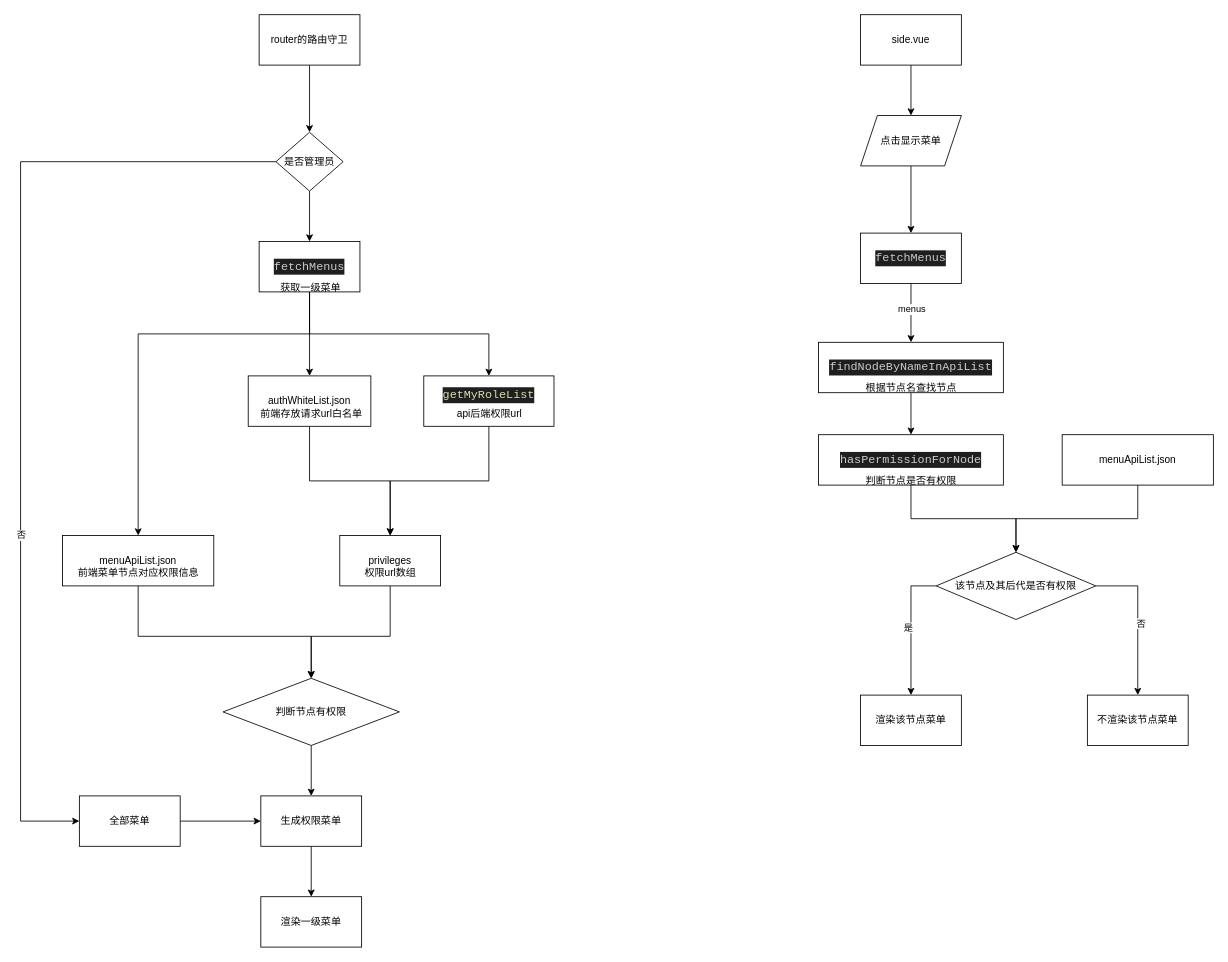
This is Untitled Diagram.drawio from 438115215/testgit2, a draw.io file, before an edit. Source tidied: cells renumbered, new cells numbered last; positions are measured from the earlier drawing's top-left corner, leaving out a move shared by most shapes. Both pictures are drawn from the tidied source at 84%, with x=0, y=0 at pixel (20, 14).
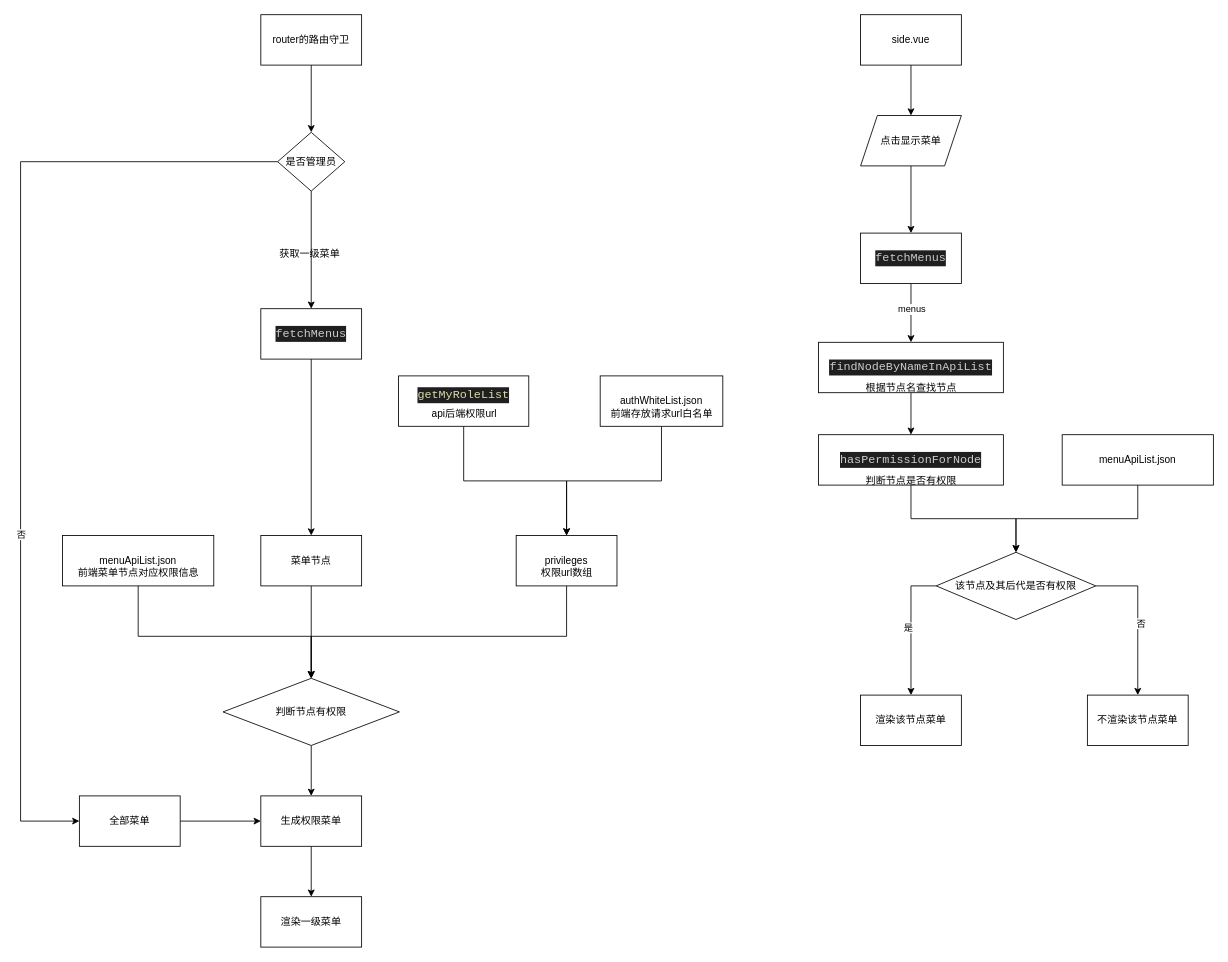
Above is the later version.

The change refers to these unchanged cells:
```xml
<mxCell id="2" value="menuApiList.json" style="rounded=0;whiteSpace=wrap;html=1;" parent="1" vertex="1">
  <mxGeometry x="50" y="620" width="180" height="60" as="geometry" />
</mxCell>
<mxCell id="22" value="判断节点有权限" style="rhombus;whiteSpace=wrap;html=1;" parent="1" vertex="1">
  <mxGeometry x="241" y="790" width="210" height="80" as="geometry" />
</mxCell>
```

Diff of the diagram source:
```diff
@@
     <mxCell id="4" value="authWhiteList.json" style="rounded=0;whiteSpace=wrap;html=1;" parent="1" vertex="1">
-      <mxGeometry x="271" y="430" width="146" height="60" as="geometry" />
+      <mxGeometry x="690" y="430" width="146" height="60" as="geometry" />
     </mxCell>
@@
     <mxCell id="7" value="前端存放请求url白名单" style="text;html=1;align=center;verticalAlign=middle;strokeColor=none;fillColor=none;" parent="1" vertex="1">
-      <mxGeometry x="271" y="460" width="150" height="30" as="geometry" />
+      <mxGeometry x="688" y="460" width="150" height="30" as="geometry" />
     </mxCell>
@@
     <mxCell id="9" value="router的路由守卫" style="whiteSpace=wrap;html=1;" parent="1" vertex="1">
-      <mxGeometry x="284" width="120" height="60" as="geometry" />
+      <mxGeometry x="286" width="120" height="60" as="geometry" />
     </mxCell>
@@
     <mxCell id="11" value="&#10;&lt;div style=&quot;color: rgb(204, 204, 204); background-color: rgb(31, 31, 31); font-family: Consolas, &amp;quot;Courier New&amp;quot;, monospace; font-weight: normal; font-size: 14px; line-height: 19px;&quot;&gt;&lt;div&gt;&lt;span style=&quot;color: #dcdcaa;&quot;&gt;getMyRoleList&lt;/span&gt;&lt;/div&gt;&lt;/div&gt;&#10;&#10;" style="whiteSpace=wrap;html=1;" parent="1" vertex="1">
-      <mxGeometry x="480" y="430" width="155" height="60" as="geometry" />
+      <mxGeometry x="450" y="430" width="155" height="60" as="geometry" />
     </mxCell>
+    <mxCell id="54" style="edgeStyle=orthogonalEdgeStyle;rounded=0;jettySize=auto;html=1;exitX=0.5;exitY=1;exitDx=0;exitDy=0;entryX=0.5;entryY=0;entryDx=0;entryDy=0;" parent="1" edge="1" source="12" target="22">
+      <mxGeometry relative="1" as="geometry">
+        <Array as="points">
+          <mxPoint x="650" y="740" />
+          <mxPoint x="346" y="740" />
+        </Array>
+      </mxGeometry>
+    </mxCell>
     <mxCell id="12" value="privileges" style="whiteSpace=wrap;html=1;" parent="1" vertex="1">
-      <mxGeometry x="380" y="620" width="120" height="60" as="geometry" />
+      <mxGeometry x="590" y="620" width="120" height="60" as="geometry" />
     </mxCell>
-    <mxCell id="13" style="edgeStyle=orthogonalEdgeStyle;rounded=0;jettySize=auto;html=1;" parent="1" edge="1" source="14" target="22">
-      <mxGeometry relative="1" as="geometry">
-        <Array as="points">
-          <mxPoint x="440" y="740" />
-          <mxPoint x="346" y="740" />
-        </Array>
-      </mxGeometry>
-    </mxCell>
     <mxCell id="14" value="权限url数组" style="text;html=1;align=center;verticalAlign=middle;points=[];strokeColor=none;fillColor=none;" parent="1" vertex="1">
-      <mxGeometry x="395" y="650" width="90" height="30" as="geometry" />
+      <mxGeometry x="605" y="650" width="90" height="30" as="geometry" />
     </mxCell>
-    <mxCell id="15" style="edgeStyle=orthogonalEdgeStyle;rounded=0;jettySize=auto;html=1;exitX=0.5;exitY=1;exitDx=0;exitDy=0;" parent="1" edge="1" source="18" target="2">
-      <mxGeometry relative="1" as="geometry">
-        <Array as="points">
-          <mxPoint x="344" y="380" />
-          <mxPoint x="140" y="380" />
-        </Array>
-      </mxGeometry>
-    </mxCell>
-    <mxCell id="16" style="edgeStyle=orthogonalEdgeStyle;rounded=0;jettySize=auto;html=1;exitX=0.5;exitY=1;exitDx=0;exitDy=0;" parent="1" edge="1" source="18" target="4">
-      <mxGeometry relative="1" as="geometry" />
-    </mxCell>
-    <mxCell id="17" style="edgeStyle=orthogonalEdgeStyle;rounded=0;jettySize=auto;html=1;exitX=0.5;exitY=1;exitDx=0;exitDy=0;entryX=0.5;entryY=0;entryDx=0;entryDy=0;" parent="1" edge="1" source="18" target="11">
-      <mxGeometry relative="1" as="geometry" />
-    </mxCell>
+    <mxCell id="55" style="edgeStyle=orthogonalEdgeStyle;rounded=0;jettySize=auto;html=1;exitX=0.5;exitY=1;exitDx=0;exitDy=0;" parent="1" edge="1" source="18" target="57">
+      <mxGeometry relative="1" as="geometry" />
+    </mxCell>
     <mxCell id="18" value="&lt;div style=&quot;color: rgb(204, 204, 204); background-color: rgb(31, 31, 31); font-family: Consolas, &amp;quot;Courier New&amp;quot;, monospace; font-size: 14px; line-height: 19px;&quot;&gt;fetchMenus&lt;/div&gt;" style="whiteSpace=wrap;html=1;" parent="1" vertex="1">
-      <mxGeometry x="284" y="270" width="120" height="60" as="geometry" />
+      <mxGeometry x="286" y="350" width="120" height="60" as="geometry" />
     </mxCell>
     <mxCell id="19" value="api后端权限url" style="text;html=1;align=center;verticalAlign=middle;strokeColor=none;fillColor=none;" parent="1" vertex="1">
-      <mxGeometry x="507.5" y="460" width="100" height="30" as="geometry" />
+      <mxGeometry x="477.5" y="460" width="100" height="30" as="geometry" />
     </mxCell>
     <mxCell id="20" value="获取一级菜单" style="text;html=1;align=center;verticalAlign=middle;strokeColor=none;fillColor=none;" parent="1" vertex="1">
-      <mxGeometry x="295" y="310" width="100" height="30" as="geometry" />
+      <mxGeometry x="294" y="270" width="100" height="30" as="geometry" />
     </mxCell>
@@
     <mxCell id="29" value="是否管理员" style="rhombus;whiteSpace=wrap;html=1;" parent="1" vertex="1">
-      <mxGeometry x="304" y="140" width="80" height="70" as="geometry" />
+      <mxGeometry x="306" y="140" width="80" height="70" as="geometry" />
     </mxCell>
@@
+    <mxCell id="56" style="edgeStyle=orthogonalEdgeStyle;rounded=0;jettySize=auto;html=1;" parent="1" edge="1" source="57" target="22">
+      <mxGeometry relative="1" as="geometry" />
+    </mxCell>
+    <mxCell id="57" value="菜单节点" style="whiteSpace=wrap;html=1;" parent="1" vertex="1">
+      <mxGeometry x="286" y="620" width="120" height="60" as="geometry" />
+    </mxCell>
```
